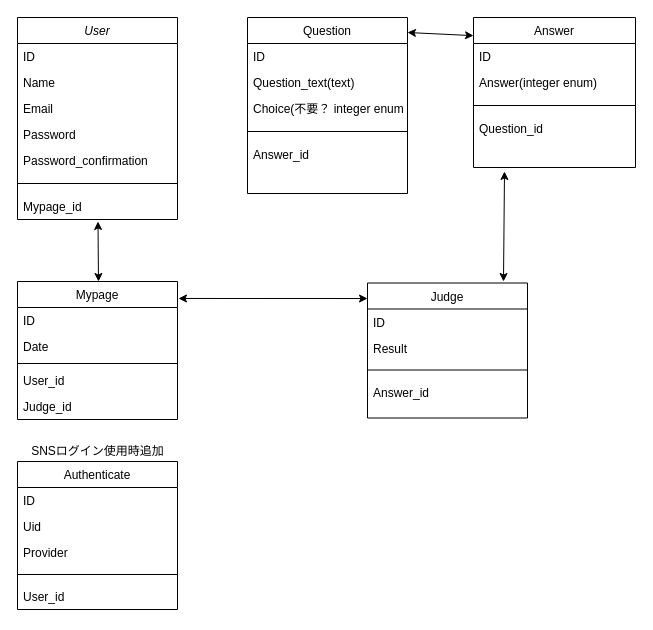
Earlier version of the draw.io diagram ER図.drawio (kyohei-917/meat_head). Source tidied: cells renumbered, new cells numbered last; positions are measured from the earlier drawing's top-left corner, leaving out a move shared by most shapes. Both pictures are drawn from the tidied source at 100%, with x=0, y=0 at pixel (17, 17).
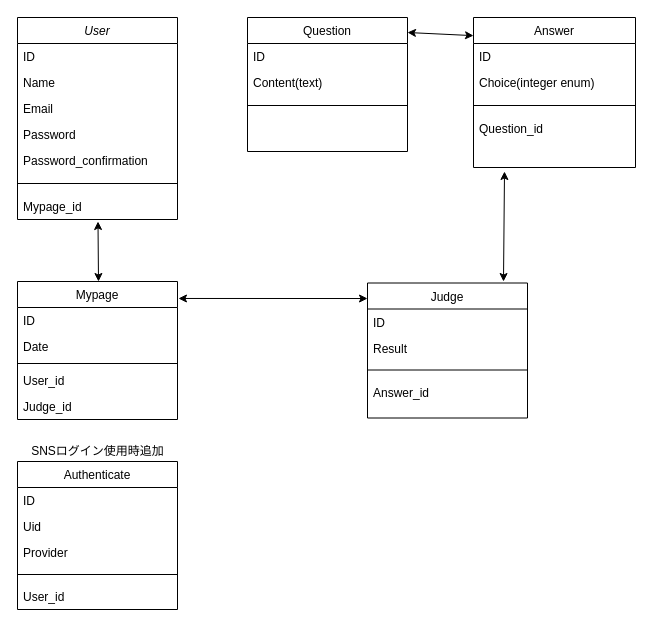
The same diagram, later.

Unchanged cells that the change refers to:
```xml
<mxCell id="27" value="Answer" style="swimlane;fontStyle=0;align=center;verticalAlign=top;horizontal=1;startSize=26;rounded=0;shadow=0;strokeWidth=1;" parent="1" vertex="1">
  <mxGeometry x="456" width="162" height="150" as="geometry" />
</mxCell>
```

Change to the diagram source:
```diff
@@
     <mxCell id="21" value="Question" style="swimlane;fontStyle=0;align=center;verticalAlign=top;horizontal=1;startSize=26;rounded=0;shadow=0;strokeWidth=1;" parent="1" vertex="1">
-      <mxGeometry x="230" width="160" height="176" as="geometry" />
+      <mxGeometry x="230" width="160" height="134" as="geometry" />
     </mxCell>
@@
-    <mxCell id="23" value="Question_text(text)" style="text;align=left;verticalAlign=top;spacingLeft=4;spacingRight=4;overflow=hidden;rounded=0;shadow=0;html=0;" parent="21" vertex="1">
+    <mxCell id="23" value="Content(text)" style="text;align=left;verticalAlign=top;spacingLeft=4;spacingRight=4;overflow=hidden;rounded=0;shadow=0;html=0;" parent="21" vertex="1">
       <mxGeometry y="52" width="160" height="26" as="geometry" />
     </mxCell>
-    <mxCell id="24" value="Choice(不要？ integer enum)" style="text;align=left;verticalAlign=top;spacingLeft=4;spacingRight=4;overflow=hidden;rounded=0;shadow=0;html=0;" parent="21" vertex="1">
-      <mxGeometry y="78" width="160" height="26" as="geometry" />
-    </mxCell>
     <mxCell id="25" style="line;html=1;strokeWidth=1;align=left;verticalAlign=middle;spacingTop=-1;spacingLeft=3;spacingRight=3;labelPosition=right;" parent="21" vertex="1">
-      <mxGeometry y="104" width="160" height="20" as="geometry" />
+      <mxGeometry y="78" width="160" height="20" as="geometry" />
     </mxCell>
-    <mxCell id="26" value="Answer_id" style="text;align=left;verticalAlign=top;spacingLeft=4;spacingRight=4;overflow=hidden;" parent="21" vertex="1">
-      <mxGeometry y="124" width="160" height="26" as="geometry" />
-    </mxCell>
@@
-    <mxCell id="29" value="Answer(integer enum)&#10;" style="text;align=left;verticalAlign=top;spacingLeft=4;spacingRight=4;overflow=hidden;rounded=0;shadow=0;html=0;" parent="27" vertex="1">
-      <mxGeometry y="52" width="162" height="26" as="geometry" />
-    </mxCell>
+    <mxCell id="24" value="Choice(integer enum)&#10;" style="text;align=left;verticalAlign=top;spacingLeft=4;spacingRight=4;overflow=hidden;rounded=0;shadow=0;html=0;" parent="27" vertex="1">
+      <mxGeometry y="52" width="162" height="26" as="geometry" />
+    </mxCell>
```
